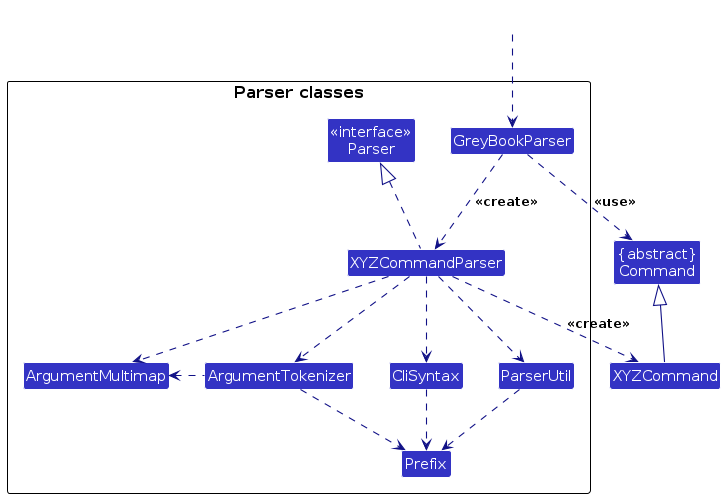
Above: diagrams/ParserClasses.png in TheMythologist/tp (PlantUML), before the change. Its source is kept beside it as diagrams/ParserClasses.puml.
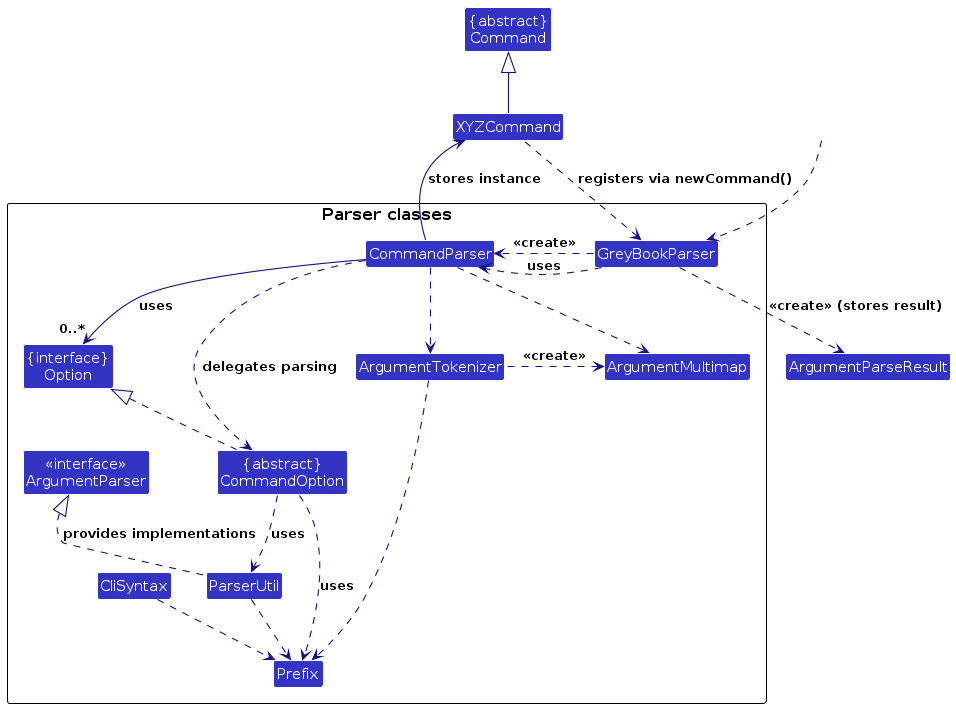
After the commit.

The edit, as a diff of the source:
```diff
@@ -6,33 +6,47 @@
 
 Class "{abstract}\nCommand" as Command
 Class XYZCommand
+Class ArgumentParseResult
 
 package "Parser classes"{
-Class "<<interface>>\nParser" as Parser
 Class GreyBookParser
-Class XYZCommandParser
+Class CommandParser
+Class ArgumentMultimap
+Class ArgumentTokenizer
 Class CliSyntax
 Class ParserUtil
-Class ArgumentMultimap
-Class ArgumentTokenizer
 Class Prefix
+
+Class "{interface}\nOption" as Option
+Class "{abstract}\nCommandOption" as CommandOption
+Class "<<interface>>\nArgumentParser" as ArgumentParser
 }
 
 Class HiddenOutside #FFFFFF
 HiddenOutside ..> GreyBookParser
 
-GreyBookParser .down.> XYZCommandParser: <<create>>
+XYZCommand .up.> GreyBookParser : registers via newCommand()
+GreyBookParser .right.> CommandParser : <<create>>
+CommandParser -up-> XYZCommand : stores instance
 
-XYZCommandParser ..> XYZCommand : <<create>>
-GreyBookParser ..> Command : <<use>>
-XYZCommandParser .up.|> Parser
-XYZCommandParser ..> ArgumentMultimap
-XYZCommandParser ..> ArgumentTokenizer
-ArgumentTokenizer .left.> ArgumentMultimap
-XYZCommandParser ..> CliSyntax
+CommandOption .up.|> Option
+
+CommandParser --> "0..*" Option : uses
+CommandOption ..> Prefix : uses
+
+GreyBookParser .down.> CommandParser : uses
+GreyBookParser ..> ArgumentParseResult : <<create>> (stores result)
+
+CommandParser ..> ArgumentTokenizer
+ArgumentTokenizer .left.> ArgumentMultimap : <<create>>
+ArgumentTokenizer .down.> Prefix
+
+CommandParser ..> ArgumentMultimap
+CommandParser ..> CommandOption : delegates parsing
+ParserUtil .up.|> ArgumentParser : provides implementations
+
+CommandOption ..> ParserUtil : uses
+ParserUtil .down.> Prefix
+XYZCommand -up-|> Command
 CliSyntax ..> Prefix
-XYZCommandParser ..> ParserUtil
-ParserUtil .down.> Prefix
-ArgumentTokenizer .down.> Prefix
-XYZCommand -up-|> Command
 @enduml
```
